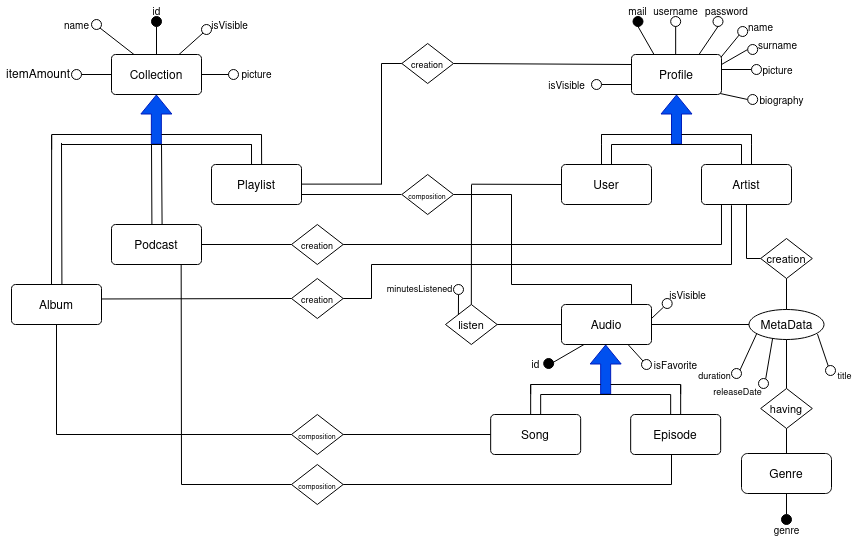
The draw.io diagram doc/Database/E_R.png in IngSW-unipv/Progetto-B24, before a commit. Source tidied: cells renumbered, new cells last; positions are measured from the earlier drawing's top-left corner, leaving out a move shared by most shapes.
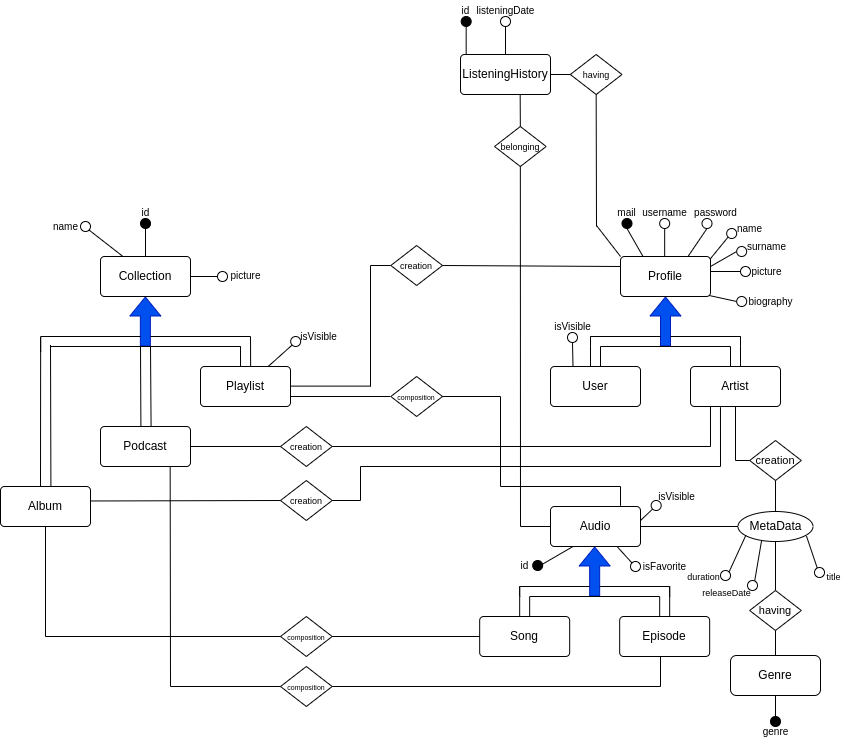
After the commit.

Change to the diagram source:
```diff
@@ -174,14 +174,6 @@
     <mxCell id="39" style="endArrow=none;html=1;rounded=0;entryX=0.913;entryY=0.82;entryDx=0;entryDy=0;exitX=0.274;exitY=0.052;exitDx=0;exitDy=0;entryPerimeter=0;exitPerimeter=0;" parent="1" edge="1" source="37" target="26">
       <mxGeometry relative="1" as="geometry" />
     </mxCell>
-    <mxCell id="40" value="&lt;span style=&quot;font-size: 11px;&quot;&gt;listen&lt;br&gt;&lt;/span&gt;" style="shape=rhombus;perimeter=rhombusPerimeter;whiteSpace=wrap;html=1;align=center;" parent="1" vertex="1">
-      <mxGeometry x="445" y="304" width="51.7" height="40" as="geometry" />
-    </mxCell>
-    <mxCell id="41" style="endArrow=none;html=1;rounded=0;entryX=0;entryY=0;entryDx=0;entryDy=0;" parent="1" edge="1" target="40">
-      <mxGeometry relative="1" as="geometry">
-        <mxPoint x="458" y="294" as="sourcePoint" />
-      </mxGeometry>
-    </mxCell>
     <mxCell id="42" value="&lt;font size=&quot;1&quot;&gt;picture&lt;/font&gt;" style="text;html=1;strokeColor=none;fillColor=none;align=center;verticalAlign=middle;whiteSpace=wrap;rounded=0;" parent="1" vertex="1">
       <mxGeometry x="242.5" y="63" width="27" height="20" as="geometry" />
     </mxCell>
@@ -213,22 +205,6 @@
         </Array>
       </mxGeometry>
     </mxCell>
-    <mxCell id="49" style="ellipse;whiteSpace=wrap;html=1;direction=west;" parent="1" vertex="1">
-      <mxGeometry x="453" y="284" width="10" height="10" as="geometry" />
-    </mxCell>
-    <mxCell id="50" style="endArrow=none;html=1;rounded=0;exitX=1;exitY=0.5;exitDx=0;exitDy=0;entryX=0;entryY=0.5;entryDx=0;entryDy=0;" parent="1" edge="1" source="40" target="25">
-      <mxGeometry relative="1" as="geometry" />
-    </mxCell>
-    <mxCell id="51" style="endArrow=none;html=1;rounded=0;exitX=0.5;exitY=0;exitDx=0;exitDy=0;" parent="1" edge="1" source="40">
-      <mxGeometry relative="1" as="geometry">
-        <mxPoint x="471" y="184" as="targetPoint" />
-      </mxGeometry>
-    </mxCell>
-    <mxCell id="52" style="endArrow=none;html=1;rounded=0;entryX=0;entryY=0.5;entryDx=0;entryDy=0;" parent="1" edge="1" target="7">
-      <mxGeometry relative="1" as="geometry">
-        <mxPoint x="471" y="183.7" as="sourcePoint" />
-      </mxGeometry>
-    </mxCell>
     <mxCell id="53" style="shape=flexArrow;endArrow=classic;html=1;rounded=0;entryX=0.5;entryY=1;entryDx=0;entryDy=0;fillColor=#0050ef;strokeColor=#001DBC;" parent="1" edge="1">
       <mxGeometry relative="1" as="geometry">
         <mxPoint x="605.2" y="394" as="sourcePoint" />
@@ -428,24 +404,12 @@
         <mxPoint x="381" y="63" as="sourcePoint" />
       </mxGeometry>
     </mxCell>
-    <mxCell id="93" style="ellipse;whiteSpace=wrap;html=1;" parent="1" vertex="1">
-      <mxGeometry x="71" y="69" width="10" height="10" as="geometry" />
-    </mxCell>
-    <mxCell id="94" style="endArrow=none;html=1;rounded=0;exitX=1;exitY=0.5;exitDx=0;exitDy=0;entryX=0;entryY=0.5;entryDx=0;entryDy=0;" parent="1" edge="1" source="93" target="17">
-      <mxGeometry relative="1" as="geometry" />
-    </mxCell>
-    <mxCell id="95" value="itemAmount" style="text;strokeColor=none;fillColor=none;spacingLeft=4;spacingRight=4;overflow=hidden;fontSize=12;whiteSpace=wrap;html=1;" parent="1" vertex="1">
-      <mxGeometry y="59" width="80" height="30" as="geometry" />
-    </mxCell>
     <mxCell id="96" style="ellipse;whiteSpace=wrap;html=1;" parent="1" vertex="1">
       <mxGeometry x="228" y="69" width="10" height="10" as="geometry" />
     </mxCell>
     <mxCell id="97" style="endArrow=none;html=1;rounded=0;exitX=0;exitY=0.5;exitDx=0;exitDy=0;entryX=1;entryY=0.5;entryDx=0;entryDy=0;" parent="1" edge="1" source="96" target="17">
       <mxGeometry relative="1" as="geometry" />
     </mxCell>
-    <mxCell id="98" value="&lt;font style=&quot;font-size: 9px;&quot;&gt;minutesListened&lt;/font&gt;" style="text;html=1;strokeColor=none;fillColor=none;align=center;verticalAlign=middle;whiteSpace=wrap;rounded=0;" parent="1" vertex="1">
-      <mxGeometry x="406" y="277" width="27" height="20" as="geometry" />
-    </mxCell>
     <mxCell id="99" value="&lt;font size=&quot;1&quot;&gt;id&lt;/font&gt;" style="text;html=1;strokeColor=none;fillColor=none;align=center;verticalAlign=middle;whiteSpace=wrap;rounded=0;" parent="1" vertex="1">
       <mxGeometry x="142.5" width="27" height="20" as="geometry" />
     </mxCell>
@@ -523,22 +487,24 @@
       <mxGeometry x="747.2" y="44" width="10" height="10" as="geometry" />
     </mxCell>
     <mxCell id="123" value="&lt;font size=&quot;1&quot;&gt;isVisible&lt;br&gt;&lt;/font&gt;" style="text;html=1;strokeColor=none;fillColor=none;align=center;verticalAlign=middle;whiteSpace=wrap;rounded=0;" parent="1" vertex="1">
-      <mxGeometry x="553.2" y="74" width="27" height="20" as="geometry" />
+      <mxGeometry x="569.5" y="114" width="27" height="20" as="geometry" />
     </mxCell>
-    <mxCell id="124" style="endArrow=none;html=1;rounded=0;exitX=1;exitY=0.5;exitDx=0;exitDy=0;entryX=0;entryY=0.75;entryDx=0;entryDy=0;" parent="1" edge="1" source="125" target="8">
+    <mxCell id="124" style="endArrow=none;html=1;rounded=0;entryX=0.25;entryY=0;entryDx=0;entryDy=0;exitX=0.5;exitY=1;exitDx=0;exitDy=0;" parent="1" edge="1" source="125" target="7">
       <mxGeometry relative="1" as="geometry" />
     </mxCell>
     <mxCell id="125" style="ellipse;whiteSpace=wrap;html=1;fillStyle=solid;fillColor=#FFFFFF;" parent="1" vertex="1">
-      <mxGeometry x="591" y="79" width="10" height="10" as="geometry" />
+      <mxGeometry x="578" y="130" width="10" height="10" as="geometry" />
     </mxCell>
     <mxCell id="126" value="&lt;font size=&quot;1&quot;&gt;isVisible&lt;/font&gt;" style="text;html=1;strokeColor=none;fillColor=none;align=center;verticalAlign=middle;whiteSpace=wrap;rounded=0;" parent="1" vertex="1">
-      <mxGeometry x="215.5" y="14" width="27" height="20" as="geometry" />
+      <mxGeometry x="315.7" y="124" width="27" height="20" as="geometry" />
     </mxCell>
-    <mxCell id="127" style="endArrow=none;html=1;rounded=0;exitX=0;exitY=1;exitDx=0;exitDy=0;entryX=0.75;entryY=0;entryDx=0;entryDy=0;" parent="1" edge="1" source="128" target="17">
-      <mxGeometry relative="1" as="geometry" />
+    <mxCell id="127" style="endArrow=none;html=1;rounded=0;exitX=0;exitY=1;exitDx=0;exitDy=0;entryX=0.75;entryY=0;entryDx=0;entryDy=0;" parent="1" edge="1" source="128">
+      <mxGeometry relative="1" as="geometry">
+        <mxPoint x="278.7" y="164" as="targetPoint" />
+      </mxGeometry>
     </mxCell>
     <mxCell id="128" style="ellipse;whiteSpace=wrap;html=1;fillStyle=solid;fillColor=#FFFFFF;" parent="1" vertex="1">
-      <mxGeometry x="201" y="24" width="10" height="10" as="geometry" />
+      <mxGeometry x="301.2" y="134" width="10" height="10" as="geometry" />
     </mxCell>
     <mxCell id="129" value="&lt;font size=&quot;1&quot;&gt;name&lt;/font&gt;" style="text;html=1;strokeColor=none;fillColor=none;align=center;verticalAlign=middle;whiteSpace=wrap;rounded=0;" parent="1" vertex="1">
       <mxGeometry x="62.5" y="14" width="27" height="20" as="geometry" />
@@ -587,5 +553,62 @@
     <mxCell id="143" style="ellipse;whiteSpace=wrap;html=1;fillStyle=solid;fillColor=#000000;" parent="1" vertex="1">
       <mxGeometry x="781" y="514" width="10" height="10" as="geometry" />
     </mxCell>
+    <mxCell id="144" value="ListeningHistory" style="rounded=1;arcSize=10;whiteSpace=wrap;html=1;align=center;" parent="1" vertex="1">
+      <mxGeometry x="471" y="-148" width="90" height="40" as="geometry" />
+    </mxCell>
+    <mxCell id="145" value="&lt;font size=&quot;1&quot;&gt;id&lt;/font&gt;" style="text;html=1;strokeColor=none;fillColor=none;align=center;verticalAlign=middle;whiteSpace=wrap;rounded=0;" parent="1" vertex="1">
+      <mxGeometry x="463.2" y="-202" width="27" height="20" as="geometry" />
+    </mxCell>
+    <mxCell id="146" style="ellipse;whiteSpace=wrap;html=1;fillStyle=solid;fillColor=#000000;" parent="1" vertex="1">
+      <mxGeometry x="471.7" y="-186" width="10" height="10" as="geometry" />
+    </mxCell>
+    <mxCell id="147" style="endArrow=none;html=1;rounded=0;exitX=0.5;exitY=1;exitDx=0;exitDy=0;entryX=0.5;entryY=0;entryDx=0;entryDy=0;" parent="1" edge="1" source="146">
+      <mxGeometry relative="1" as="geometry">
+        <mxPoint x="476.7" y="-148" as="targetPoint" />
+      </mxGeometry>
+    </mxCell>
+    <mxCell id="148" value="&lt;font style=&quot;font-size: 9px;&quot;&gt;having&lt;/font&gt;" style="shape=rhombus;perimeter=rhombusPerimeter;whiteSpace=wrap;html=1;align=center;" parent="1" vertex="1">
+      <mxGeometry x="580.8" y="-148" width="51.7" height="40" as="geometry" />
+    </mxCell>
+    <mxCell id="149" value="&lt;font style=&quot;font-size: 9px;&quot;&gt;belonging&lt;/font&gt;" style="shape=rhombus;perimeter=rhombusPerimeter;whiteSpace=wrap;html=1;align=center;" parent="1" vertex="1">
+      <mxGeometry x="505" y="-76" width="51.7" height="40" as="geometry" />
+    </mxCell>
+    <mxCell id="150" value="&lt;font size=&quot;1&quot;&gt;listeningDate&lt;/font&gt;" style="text;html=1;strokeColor=none;fillColor=none;align=center;verticalAlign=middle;whiteSpace=wrap;rounded=0;" parent="1" vertex="1">
+      <mxGeometry x="502.5" y="-202" width="27" height="20" as="geometry" />
+    </mxCell>
+    <mxCell id="151" style="ellipse;whiteSpace=wrap;html=1;fillStyle=solid;fillColor=#FFFFFF;" parent="1" vertex="1">
+      <mxGeometry x="511" y="-186" width="10" height="10" as="geometry" />
+    </mxCell>
+    <mxCell id="152" style="endArrow=none;html=1;rounded=0;exitX=0.5;exitY=1;exitDx=0;exitDy=0;entryX=0.5;entryY=0;entryDx=0;entryDy=0;" parent="1" edge="1" source="151">
+      <mxGeometry relative="1" as="geometry">
+        <mxPoint x="516" y="-148" as="targetPoint" />
+      </mxGeometry>
+    </mxCell>
+    <mxCell id="153" style="endArrow=none;html=1;rounded=0;entryX=0;entryY=0;entryDx=0;entryDy=0;" parent="1" edge="1" target="8">
+      <mxGeometry relative="1" as="geometry">
+        <mxPoint x="607" y="23" as="sourcePoint" />
+      </mxGeometry>
+    </mxCell>
+    <mxCell id="154" style="endArrow=none;html=1;rounded=0;exitX=0.5;exitY=1;exitDx=0;exitDy=0;" parent="1" edge="1" source="148">
+      <mxGeometry relative="1" as="geometry">
+        <mxPoint x="607" y="24" as="targetPoint" />
+      </mxGeometry>
+    </mxCell>
+    <mxCell id="155" style="endArrow=none;html=1;rounded=0;entryX=0;entryY=0.5;entryDx=0;entryDy=0;" parent="1" edge="1" target="25">
+      <mxGeometry relative="1" as="geometry">
+        <mxPoint x="531" y="324" as="sourcePoint" />
+      </mxGeometry>
+    </mxCell>
+    <mxCell id="156" style="endArrow=none;html=1;rounded=0;exitX=0.5;exitY=1;exitDx=0;exitDy=0;" parent="1" edge="1" source="149">
+      <mxGeometry relative="1" as="geometry">
+        <mxPoint x="531" y="324" as="targetPoint" />
+      </mxGeometry>
+    </mxCell>
+    <mxCell id="157" style="endArrow=none;html=1;rounded=0;entryX=0.5;entryY=0;entryDx=0;entryDy=0;exitX=0.663;exitY=0.998;exitDx=0;exitDy=0;exitPerimeter=0;" parent="1" edge="1" source="144" target="149">
+      <mxGeometry relative="1" as="geometry" />
+    </mxCell>
+    <mxCell id="158" style="endArrow=none;html=1;rounded=0;entryX=0;entryY=0.5;entryDx=0;entryDy=0;exitX=1;exitY=0.5;exitDx=0;exitDy=0;" parent="1" edge="1" source="144" target="148">
+      <mxGeometry relative="1" as="geometry" />
+    </mxCell>
   </root>
 </mxGraphModel>
```
